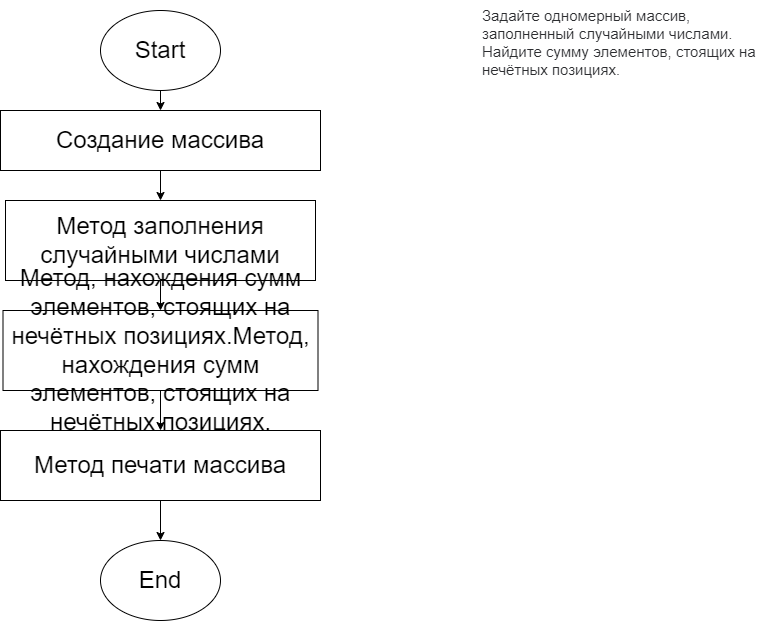
Above: Task502/diagram.drawio.png in DmitriyMorin/HomeWork (draw.io), before the change. Source tidied: cells renumbered, new cells last; positions are measured from the earlier drawing's top-left corner, leaving out a move shared by most shapes. Source of this version:
```xml
<mxGraphModel>
  <root>
    <mxCell id="0" />
    <mxCell id="1" parent="0" />
    <mxCell id="2" value="&lt;span style=&quot;color: rgb(44, 45, 48); font-family: roboto, &amp;quot;san francisco&amp;quot;, &amp;quot;helvetica neue&amp;quot;, helvetica, arial; font-size: 15px; font-style: normal; font-weight: 400; letter-spacing: normal; text-indent: 0px; text-transform: none; word-spacing: 0px; background-color: rgb(255, 255, 255); display: inline; float: none;&quot;&gt;Задайте одномерный массив, заполненный случайными числами. Найдите сумму элементов, стоящих на нечётных позициях.&lt;/span&gt;" style="text;whiteSpace=wrap;html=1;" parent="1" vertex="1">
      <mxGeometry x="480" width="290" height="100" as="geometry" />
    </mxCell>
    <mxCell id="3" style="edgeStyle=none;html=1;exitX=0.5;exitY=1;exitDx=0;exitDy=0;entryX=0.5;entryY=0;entryDx=0;entryDy=0;fontSize=24;" parent="1" edge="1" source="4" target="6">
      <mxGeometry relative="1" as="geometry" />
    </mxCell>
    <mxCell id="4" value="Start" style="ellipse;whiteSpace=wrap;html=1;fontSize=24;" parent="1" vertex="1">
      <mxGeometry x="100" y="10" width="120" height="80" as="geometry" />
    </mxCell>
    <mxCell id="5" style="edgeStyle=none;html=1;exitX=0.5;exitY=1;exitDx=0;exitDy=0;entryX=0.5;entryY=0;entryDx=0;entryDy=0;fontSize=24;" parent="1" edge="1" source="6" target="8">
      <mxGeometry relative="1" as="geometry" />
    </mxCell>
    <mxCell id="6" value="Создание массива" style="rounded=0;whiteSpace=wrap;html=1;fontSize=24;" parent="1" vertex="1">
      <mxGeometry y="110" width="320" height="60" as="geometry" />
    </mxCell>
    <mxCell id="7" style="edgeStyle=none;html=1;exitX=0.5;exitY=1;exitDx=0;exitDy=0;entryX=0.5;entryY=0;entryDx=0;entryDy=0;fontSize=24;" parent="1" edge="1" source="8" target="10">
      <mxGeometry relative="1" as="geometry" />
    </mxCell>
    <mxCell id="8" value="Метод заполнения случайными числами" style="rounded=0;whiteSpace=wrap;html=1;fontSize=24;" parent="1" vertex="1">
      <mxGeometry x="5" y="200" width="310" height="80" as="geometry" />
    </mxCell>
    <mxCell id="9" style="edgeStyle=none;html=1;exitX=0.5;exitY=1;exitDx=0;exitDy=0;entryX=0.5;entryY=0;entryDx=0;entryDy=0;fontSize=24;" parent="1" edge="1" source="10" target="12">
      <mxGeometry relative="1" as="geometry" />
    </mxCell>
    <mxCell id="10" value="Метод, нахождения сумм элементов, стоящих на нечётных позициях.Метод, нахождения сумм элементов, стоящих на нечётных позициях." style="rounded=0;whiteSpace=wrap;html=1;fontSize=24;" parent="1" vertex="1">
      <mxGeometry x="2.5" y="310" width="315" height="80" as="geometry" />
    </mxCell>
    <mxCell id="11" style="edgeStyle=none;html=1;exitX=0.5;exitY=1;exitDx=0;exitDy=0;entryX=0.5;entryY=0;entryDx=0;entryDy=0;fontSize=24;" parent="1" edge="1" source="12" target="13">
      <mxGeometry relative="1" as="geometry" />
    </mxCell>
    <mxCell id="12" value="Метод печати массива" style="rounded=0;whiteSpace=wrap;html=1;fontSize=24;" parent="1" vertex="1">
      <mxGeometry y="430" width="320" height="70" as="geometry" />
    </mxCell>
    <mxCell id="13" value="End" style="ellipse;whiteSpace=wrap;html=1;fontSize=24;" parent="1" vertex="1">
      <mxGeometry x="100" y="540" width="120" height="80" as="geometry" />
    </mxCell>
  </root>
</mxGraphModel>
```
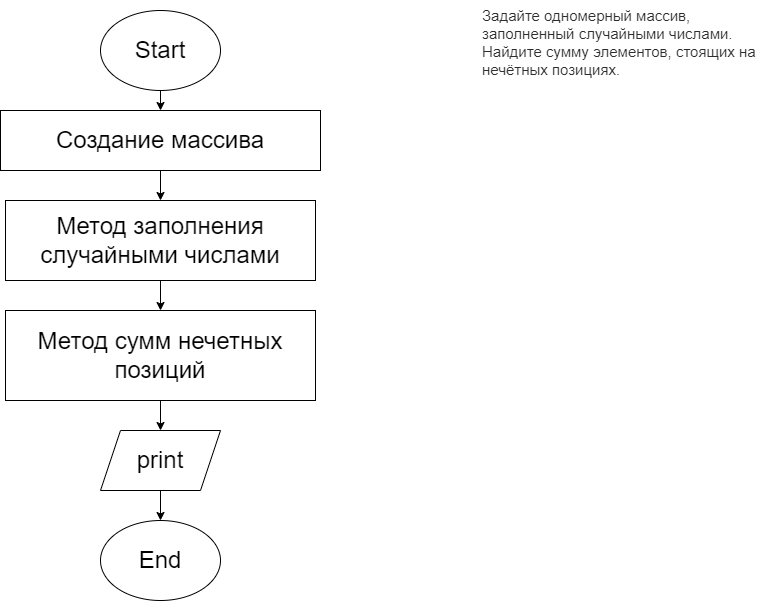
After the commit.

Diff of the diagram source:
```diff
@@ -17,26 +17,26 @@
     <mxCell id="6" value="Создание массива" style="rounded=0;whiteSpace=wrap;html=1;fontSize=24;" parent="1" vertex="1">
       <mxGeometry y="110" width="320" height="60" as="geometry" />
     </mxCell>
-    <mxCell id="7" style="edgeStyle=none;html=1;exitX=0.5;exitY=1;exitDx=0;exitDy=0;entryX=0.5;entryY=0;entryDx=0;entryDy=0;fontSize=24;" parent="1" edge="1" source="8" target="10">
-      <mxGeometry relative="1" as="geometry" />
-    </mxCell>
+    <mxCell id="14" style="edgeStyle=none;html=1;exitX=0.5;exitY=1;exitDx=0;exitDy=0;entryX=0.5;entryY=0;entryDx=0;entryDy=0;fontSize=24;" parent="1" edge="1" source="8" target="16">
+      <mxGeometry relative="1" as="geometry" />
+    </mxCell>
     <mxCell id="8" value="Метод заполнения случайными числами" style="rounded=0;whiteSpace=wrap;html=1;fontSize=24;" parent="1" vertex="1">
       <mxGeometry x="5" y="200" width="310" height="80" as="geometry" />
     </mxCell>
-    <mxCell id="9" style="edgeStyle=none;html=1;exitX=0.5;exitY=1;exitDx=0;exitDy=0;entryX=0.5;entryY=0;entryDx=0;entryDy=0;fontSize=24;" parent="1" edge="1" source="10" target="12">
-      <mxGeometry relative="1" as="geometry" />
-    </mxCell>
-    <mxCell id="10" value="Метод, нахождения сумм элементов, стоящих на нечётных позициях.Метод, нахождения сумм элементов, стоящих на нечётных позициях." style="rounded=0;whiteSpace=wrap;html=1;fontSize=24;" parent="1" vertex="1">
-      <mxGeometry x="2.5" y="310" width="315" height="80" as="geometry" />
-    </mxCell>
-    <mxCell id="11" style="edgeStyle=none;html=1;exitX=0.5;exitY=1;exitDx=0;exitDy=0;entryX=0.5;entryY=0;entryDx=0;entryDy=0;fontSize=24;" parent="1" edge="1" source="12" target="13">
-      <mxGeometry relative="1" as="geometry" />
-    </mxCell>
-    <mxCell id="12" value="Метод печати массива" style="rounded=0;whiteSpace=wrap;html=1;fontSize=24;" parent="1" vertex="1">
-      <mxGeometry y="430" width="320" height="70" as="geometry" />
-    </mxCell>
     <mxCell id="13" value="End" style="ellipse;whiteSpace=wrap;html=1;fontSize=24;" parent="1" vertex="1">
-      <mxGeometry x="100" y="540" width="120" height="80" as="geometry" />
+      <mxGeometry x="100" y="520" width="120" height="80" as="geometry" />
     </mxCell>
+    <mxCell id="15" style="edgeStyle=none;html=1;exitX=0.5;exitY=1;exitDx=0;exitDy=0;entryX=0.5;entryY=0;entryDx=0;entryDy=0;fontSize=24;" parent="1" edge="1" source="16" target="18">
+      <mxGeometry relative="1" as="geometry" />
+    </mxCell>
+    <mxCell id="16" value="Метод сумм нечетных позиций" style="rounded=0;whiteSpace=wrap;html=1;fontSize=24;" parent="1" vertex="1">
+      <mxGeometry x="5" y="310" width="310" height="90" as="geometry" />
+    </mxCell>
+    <mxCell id="17" style="edgeStyle=none;html=1;exitX=0.5;exitY=1;exitDx=0;exitDy=0;entryX=0.5;entryY=0;entryDx=0;entryDy=0;fontSize=24;" parent="1" edge="1" source="18" target="13">
+      <mxGeometry relative="1" as="geometry" />
+    </mxCell>
+    <mxCell id="18" value="print" style="shape=parallelogram;perimeter=parallelogramPerimeter;whiteSpace=wrap;html=1;fixedSize=1;fontSize=24;" parent="1" vertex="1">
+      <mxGeometry x="100" y="430" width="120" height="60" as="geometry" />
+    </mxCell>
   </root>
 </mxGraphModel>
```
